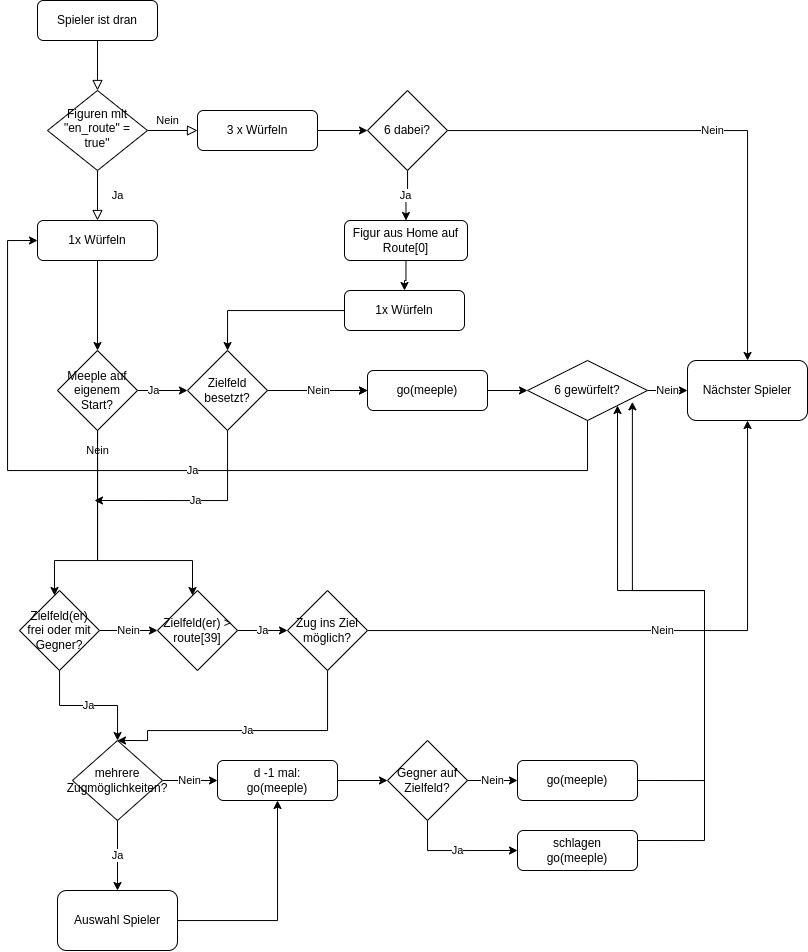
Above: Zugablauf.png in Ulrich-Jell/maedn-cli (draw.io), before the change. Source tidied: cells renumbered, new cells last; positions are measured from the earlier drawing's top-left corner, leaving out a move shared by most shapes.
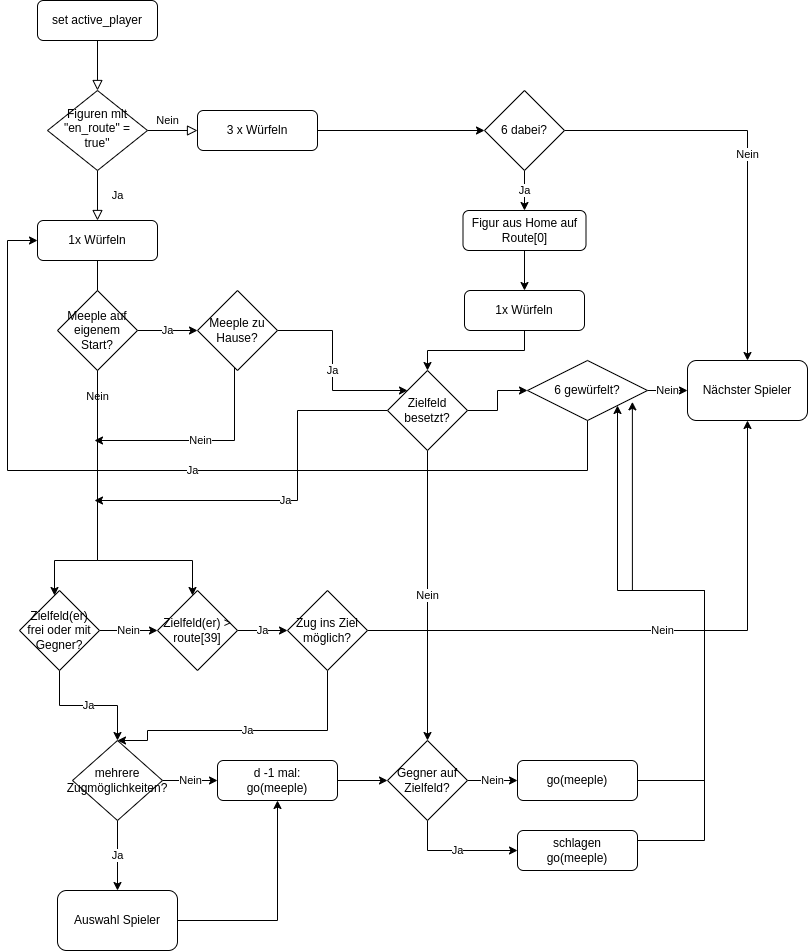
After the commit.

The edit, as a diff of the source:
```diff
@@ -5,7 +5,7 @@
     <mxCell id="2" style="rounded=0;html=1;jettySize=auto;fontSize=11;endArrow=block;endFill=0;endSize=8;strokeWidth=1;shadow=0;labelBackgroundColor=none;edgeStyle=orthogonalEdgeStyle;" parent="1" edge="1" source="3" target="6">
       <mxGeometry relative="1" as="geometry" />
     </mxCell>
-    <mxCell id="3" value="Spieler ist dran" style="rounded=1;whiteSpace=wrap;html=1;fontSize=12;glass=0;strokeWidth=1;shadow=0;" parent="1" vertex="1">
+    <mxCell id="3" value="set active_player" style="rounded=1;whiteSpace=wrap;html=1;fontSize=12;glass=0;strokeWidth=1;shadow=0;" parent="1" vertex="1">
       <mxGeometry x="30" width="120" height="40" as="geometry" />
     </mxCell>
     <mxCell id="4" value="Ja" style="rounded=0;html=1;jettySize=auto;fontSize=11;endArrow=block;endFill=0;endSize=8;strokeWidth=1;shadow=0;labelBackgroundColor=none;edgeStyle=orthogonalEdgeStyle;entryX=0.5;entryY=0;entryDx=0;entryDy=0;" parent="1" edge="1" source="6" target="15">
@@ -30,15 +30,15 @@
       <mxGeometry relative="1" as="geometry" />
     </mxCell>
     <mxCell id="11" value="6 dabei?" style="rhombus;whiteSpace=wrap;html=1;" parent="1" vertex="1">
-      <mxGeometry x="360" y="90" width="80" height="80" as="geometry" />
+      <mxGeometry x="477" y="90" width="80" height="80" as="geometry" />
     </mxCell>
     <mxCell id="12" style="edgeStyle=orthogonalEdgeStyle;rounded=0;jettySize=auto;html=1;" parent="1" edge="1" source="13" target="46">
       <mxGeometry relative="1" as="geometry" />
     </mxCell>
     <mxCell id="13" value="Figur aus Home auf Route[0]" style="rounded=1;whiteSpace=wrap;html=1;" parent="1" vertex="1">
-      <mxGeometry x="337" y="220" width="123" height="40" as="geometry" />
+      <mxGeometry x="455.5" y="210" width="123" height="40" as="geometry" />
     </mxCell>
-    <mxCell id="14" style="edgeStyle=orthogonalEdgeStyle;rounded=0;jettySize=auto;html=1;" parent="1" edge="1" source="15">
+    <mxCell id="14" style="edgeStyle=orthogonalEdgeStyle;rounded=0;jettySize=auto;html=1;startArrow=none;" parent="1" edge="1" source="44">
       <mxGeometry relative="1" as="geometry">
         <mxPoint x="90" y="350" as="targetPoint" />
       </mxGeometry>
@@ -103,22 +103,22 @@
     <mxCell id="30" value="6 gewürfelt?" style="rhombus;whiteSpace=wrap;html=1;" parent="1" vertex="1">
       <mxGeometry x="520" y="360" width="120" height="60" as="geometry" />
     </mxCell>
-    <mxCell id="31" style="edgeStyle=orthogonalEdgeStyle;rounded=0;jettySize=auto;html=1;exitX=1;exitY=0.5;exitDx=0;exitDy=0;" parent="1" edge="1" source="34" target="48">
+    <mxCell id="31" style="edgeStyle=orthogonalEdgeStyle;rounded=0;jettySize=auto;html=1;exitX=1;exitY=0.5;exitDx=0;exitDy=0;" parent="1" edge="1" source="34" target="30">
       <mxGeometry relative="1" as="geometry" />
     </mxCell>
-    <mxCell id="32" value="Nein" style="edgeStyle=orthogonalEdgeStyle;rounded=0;jettySize=auto;html=1;" parent="1" edge="1" source="34" target="48">
+    <mxCell id="32" value="Nein" style="edgeStyle=orthogonalEdgeStyle;rounded=0;jettySize=auto;html=1;" parent="1" edge="1" source="34" target="23">
       <mxGeometry relative="1" as="geometry" />
     </mxCell>
     <mxCell id="33" value="Ja" style="edgeStyle=orthogonalEdgeStyle;rounded=0;jettySize=auto;html=1;" parent="1" edge="1" source="34">
       <mxGeometry relative="1" as="geometry">
         <mxPoint x="87" y="500" as="targetPoint" />
         <Array as="points">
-          <mxPoint x="220" y="500" />
+          <mxPoint x="290" y="500" />
         </Array>
       </mxGeometry>
     </mxCell>
     <mxCell id="34" value="Zielfeld&lt;br&gt;besetzt?" style="rhombus;whiteSpace=wrap;html=1;" parent="1" vertex="1">
-      <mxGeometry x="180" y="350" width="80" height="80" as="geometry" />
+      <mxGeometry x="380" y="370" width="80" height="80" as="geometry" />
     </mxCell>
     <mxCell id="35" value="Ja" style="edgeStyle=orthogonalEdgeStyle;rounded=0;jettySize=auto;html=1;" parent="1" edge="1" source="36" target="39">
       <mxGeometry relative="1" as="geometry" />
@@ -141,12 +141,6 @@
     <mxCell id="39" value="Zug ins Ziel möglich?" style="rhombus;whiteSpace=wrap;html=1;" parent="1" vertex="1">
       <mxGeometry x="280" y="590" width="80" height="80" as="geometry" />
     </mxCell>
-    <mxCell id="40" style="edgeStyle=orthogonalEdgeStyle;rounded=0;jettySize=auto;html=1;" parent="1" edge="1" source="44" target="34">
-      <mxGeometry relative="1" as="geometry" />
-    </mxCell>
-    <mxCell id="41" value="Ja" style="edgeLabel;html=1;align=center;verticalAlign=middle;" parent="40" vertex="1">
-      <mxGeometry x="-0.38" y="1" relative="1" as="geometry" />
-    </mxCell>
     <mxCell id="42" value="Nein" style="edgeStyle=orthogonalEdgeStyle;rounded=0;jettySize=auto;html=1;" parent="1" edge="1" source="44" target="52">
       <mxGeometry x="-0.81" relative="1" as="geometry">
         <Array as="points">
@@ -163,21 +157,12 @@
         </Array>
       </mxGeometry>
     </mxCell>
-    <mxCell id="44" value="Meeple auf eigenem Start?" style="rhombus;whiteSpace=wrap;html=1;" parent="1" vertex="1">
-      <mxGeometry x="50" y="350" width="80" height="80" as="geometry" />
-    </mxCell>
     <mxCell id="45" style="edgeStyle=orthogonalEdgeStyle;rounded=0;jettySize=auto;html=1;" parent="1" edge="1" source="46" target="34">
       <mxGeometry relative="1" as="geometry" />
     </mxCell>
     <mxCell id="46" value="1x Würfeln" style="rounded=1;whiteSpace=wrap;html=1;" parent="1" vertex="1">
-      <mxGeometry x="337" y="290" width="120" height="40" as="geometry" />
+      <mxGeometry x="457" y="290" width="120" height="40" as="geometry" />
     </mxCell>
-    <mxCell id="47" style="edgeStyle=orthogonalEdgeStyle;rounded=0;jettySize=auto;html=1;" parent="1" edge="1" source="48" target="30">
-      <mxGeometry relative="1" as="geometry" />
-    </mxCell>
-    <mxCell id="48" value="go(meeple)" style="rounded=1;whiteSpace=wrap;html=1;" parent="1" vertex="1">
-      <mxGeometry x="360" y="370" width="120" height="40" as="geometry" />
-    </mxCell>
     <mxCell id="49" value="Nächster Spieler" style="rounded=1;whiteSpace=wrap;html=1;" parent="1" vertex="1">
       <mxGeometry x="680" y="360" width="120" height="60" as="geometry" />
     </mxCell>
@@ -202,5 +187,28 @@
     <mxCell id="54" value="schlagen&lt;br&gt;go(meeple)" style="rounded=1;whiteSpace=wrap;html=1;" parent="1" vertex="1">
       <mxGeometry x="510" y="830" width="120" height="40" as="geometry" />
     </mxCell>
+    <mxCell id="55" value="Ja" style="edgeStyle=orthogonalEdgeStyle;rounded=0;jettySize=auto;html=1;entryX=0;entryY=0;entryDx=0;entryDy=0;" parent="1" edge="1" source="57" target="34">
+      <mxGeometry relative="1" as="geometry" />
+    </mxCell>
+    <mxCell id="56" value="Nein" style="edgeStyle=orthogonalEdgeStyle;rounded=0;jettySize=auto;html=1;" parent="1" edge="1" source="57">
+      <mxGeometry relative="1" as="geometry">
+        <mxPoint x="87" y="440" as="targetPoint" />
+        <Array as="points">
+          <mxPoint x="227" y="440" />
+        </Array>
+      </mxGeometry>
+    </mxCell>
+    <mxCell id="57" value="Meeple zu Hause?" style="rhombus;whiteSpace=wrap;html=1;" parent="1" vertex="1">
+      <mxGeometry x="190" y="290" width="80" height="80" as="geometry" />
+    </mxCell>
+    <mxCell id="58" value="Ja" style="edgeStyle=orthogonalEdgeStyle;rounded=0;jettySize=auto;html=1;" parent="1" edge="1" source="44" target="57">
+      <mxGeometry relative="1" as="geometry" />
+    </mxCell>
+    <mxCell id="44" value="Meeple auf eigenem Start?" style="rhombus;whiteSpace=wrap;html=1;" parent="1" vertex="1">
+      <mxGeometry x="50" y="290" width="80" height="80" as="geometry" />
+    </mxCell>
+    <mxCell id="59" style="edgeStyle=orthogonalEdgeStyle;rounded=0;jettySize=auto;html=1;endArrow=none;" parent="1" edge="1" source="15" target="44">
+      <mxGeometry relative="1" as="geometry" />
+    </mxCell>
   </root>
 </mxGraphModel>
```
